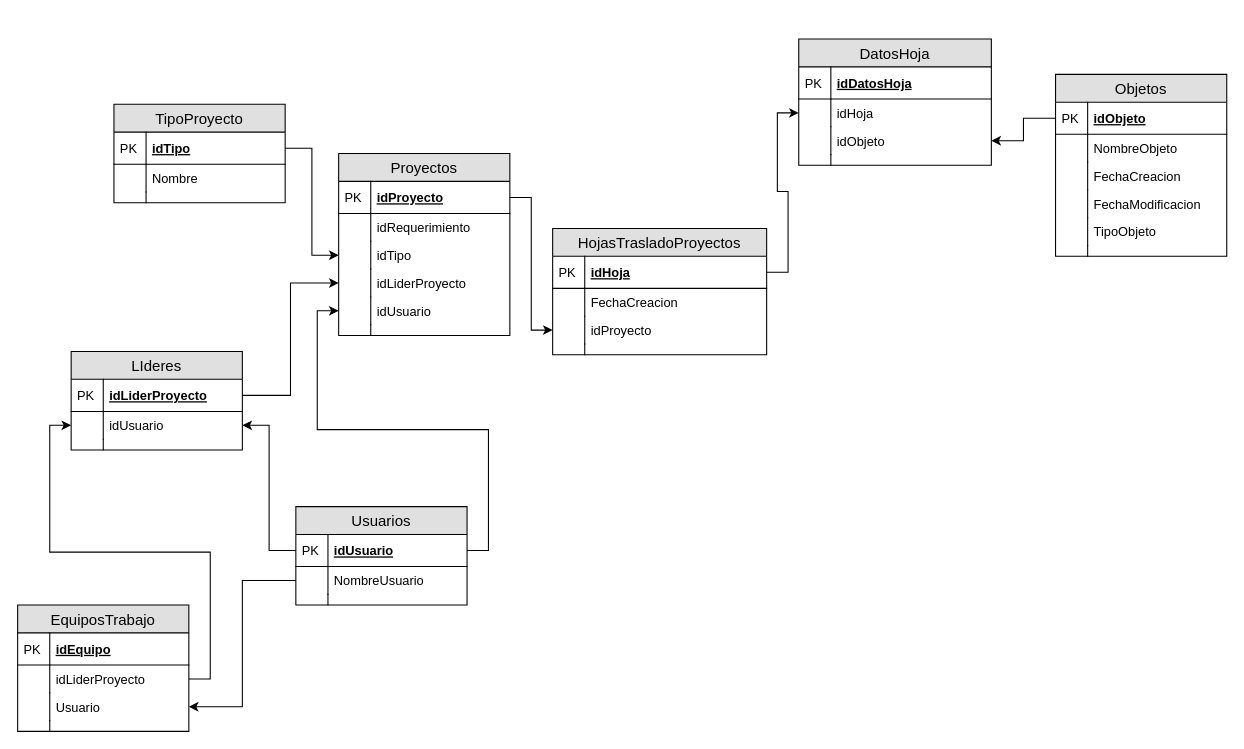
The draw.io diagram DiagramaNuevo.drawio in IrvinDevFlores/RequerimientosPro, before the edit. Source tidied: cells renumbered, new cells numbered last; positions are measured from the earlier drawing's top-left corner, leaving out a move shared by most shapes. Both pictures are drawn from the tidied source at 107%, with x=0, y=0 at pixel (17, 39).
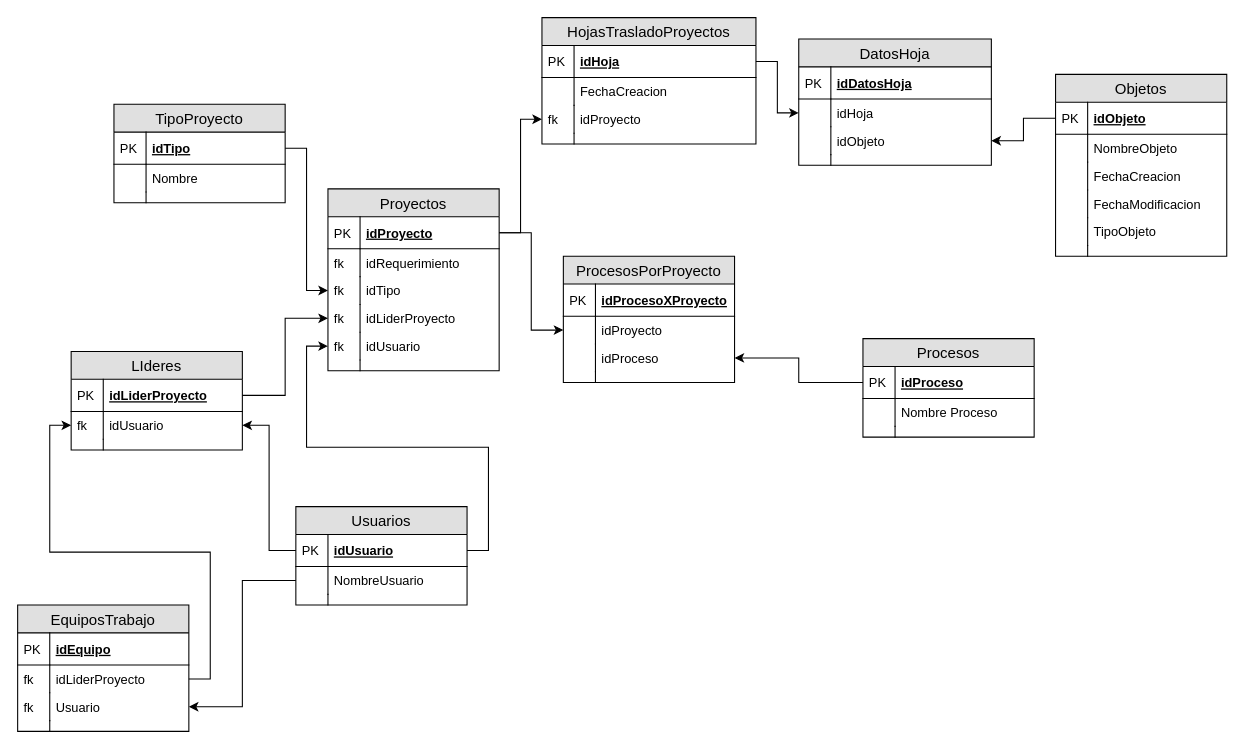
The same diagram, later.

Commit message:
Procesos agregados

The change refers to these unchanged cells:
```xml
<mxCell id="3" value="idProyecto" style="shape=partialRectangle;top=0;left=0;right=0;bottom=1;align=left;verticalAlign=middle;fillColor=none;spacingLeft=34;spacingRight=4;overflow=hidden;points=[[0,0.5],[1,0.5]];portConstraint=eastwest;fontStyle=5;fontSize=12;" parent="2" vertex="1">
  <mxGeometry y="26" width="160" height="30" as="geometry" />
</mxCell>
<mxCell id="5" value="idRequerimiento" style="shape=partialRectangle;top=0;left=0;right=0;bottom=0;align=left;verticalAlign=top;fillColor=none;spacingLeft=34;spacingRight=4;overflow=hidden;fontSize=12;" parent="2" vertex="1">
  <mxGeometry y="56" width="160" height="26" as="geometry" />
</mxCell>
<mxCell id="7" value="idTipo" style="shape=partialRectangle;top=0;left=0;right=0;bottom=0;align=left;verticalAlign=top;fillColor=none;spacingLeft=34;spacingRight=4;overflow=hidden;points=[[0,0.5],[1,0.5]];portConstraint=eastwest;fontSize=12;" parent="2" vertex="1">
  <mxGeometry y="82" width="160" height="26" as="geometry" />
</mxCell>
<mxCell id="9" value="idLiderProyecto" style="shape=partialRectangle;top=0;left=0;right=0;bottom=0;align=left;verticalAlign=top;fillColor=none;spacingLeft=34;spacingRight=4;overflow=hidden;points=[[0,0.5],[1,0.5]];portConstraint=eastwest;fontSize=12;" parent="2" vertex="1">
  <mxGeometry y="108" width="160" height="26" as="geometry" />
</mxCell>
<mxCell id="11" value="idUsuario" style="shape=partialRectangle;top=0;left=0;right=0;bottom=0;align=left;verticalAlign=top;fillColor=none;spacingLeft=34;spacingRight=4;overflow=hidden;points=[[0,0.5],[1,0.5]];portConstraint=eastwest;fontSize=12;" parent="2" vertex="1">
  <mxGeometry y="134" width="160" height="26" as="geometry" />
</mxCell>
<mxCell id="20" value="idProyecto" style="shape=partialRectangle;top=0;left=0;right=0;bottom=0;align=left;verticalAlign=top;fillColor=none;spacingLeft=34;spacingRight=4;overflow=hidden;points=[[0,0.5],[1,0.5]];portConstraint=eastwest;fontSize=12;" parent="15" vertex="1">
  <mxGeometry y="82" width="200" height="26" as="geometry" />
</mxCell>
<mxCell id="51" value="idUsuario" style="shape=partialRectangle;top=0;left=0;right=0;bottom=0;align=left;verticalAlign=top;fillColor=none;spacingLeft=34;spacingRight=4;overflow=hidden;points=[[0,0.5],[1,0.5]];portConstraint=eastwest;fontSize=12;" parent="48" vertex="1">
  <mxGeometry y="56" width="160" height="26" as="geometry" />
</mxCell>
<mxCell id="58" value="idLiderProyecto" style="shape=partialRectangle;top=0;left=0;right=0;bottom=0;align=left;verticalAlign=top;fillColor=none;spacingLeft=34;spacingRight=4;overflow=hidden;points=[[0,0.5],[1,0.5]];portConstraint=eastwest;fontSize=12;" parent="55" vertex="1">
  <mxGeometry y="56" width="160" height="26" as="geometry" />
</mxCell>
<mxCell id="60" value="Usuario" style="shape=partialRectangle;top=0;left=0;right=0;bottom=0;align=left;verticalAlign=top;fillColor=none;spacingLeft=34;spacingRight=4;overflow=hidden;points=[[0,0.5],[1,0.5]];portConstraint=eastwest;fontSize=12;" parent="55" vertex="1">
  <mxGeometry y="82" width="160" height="26" as="geometry" />
</mxCell>
```

Change to the diagram source:
```diff
@@
     <mxCell id="2" value="Proyectos" style="swimlane;fontStyle=0;horizontal=1;startSize=26;fillColor=#e0e0e0;swimlaneFillColor=#ffffff;align=center;fontSize=14;" parent="1" vertex="1">
-      <mxGeometry x="300" y="107" width="160" height="170" as="geometry" />
+      <mxGeometry x="290" y="140" width="160" height="170" as="geometry" />
     </mxCell>
@@
-    <mxCell id="6" style="shape=partialRectangle;top=0;left=0;bottom=0;fillColor=none;align=left;verticalAlign=top;spacingLeft=4;spacingRight=4;overflow=hidden;fontSize=12;" parent="5" vertex="1">
+    <mxCell id="6" value="fk" style="shape=partialRectangle;top=0;left=0;bottom=0;fillColor=none;align=left;verticalAlign=top;spacingLeft=4;spacingRight=4;overflow=hidden;fontSize=12;" parent="5" vertex="1">
       <mxGeometry width="30" height="26" as="geometry" />
     </mxCell>
@@
-    <mxCell id="8" style="shape=partialRectangle;top=0;left=0;bottom=0;fillColor=none;align=left;verticalAlign=top;spacingLeft=4;spacingRight=4;overflow=hidden;fontSize=12;" parent="7" vertex="1">
+    <mxCell id="8" value="fk" style="shape=partialRectangle;top=0;left=0;bottom=0;fillColor=none;align=left;verticalAlign=top;spacingLeft=4;spacingRight=4;overflow=hidden;fontSize=12;" parent="7" vertex="1">
       <mxGeometry width="30" height="26" as="geometry" />
     </mxCell>
@@
-    <mxCell id="10" style="shape=partialRectangle;top=0;left=0;bottom=0;fillColor=none;align=left;verticalAlign=top;spacingLeft=4;spacingRight=4;overflow=hidden;fontSize=12;" parent="9" vertex="1">
+    <mxCell id="10" value="fk" style="shape=partialRectangle;top=0;left=0;bottom=0;fillColor=none;align=left;verticalAlign=top;spacingLeft=4;spacingRight=4;overflow=hidden;fontSize=12;" parent="9" vertex="1">
       <mxGeometry width="30" height="26" as="geometry" />
     </mxCell>
@@
-    <mxCell id="12" style="shape=partialRectangle;top=0;left=0;bottom=0;fillColor=none;align=left;verticalAlign=top;spacingLeft=4;spacingRight=4;overflow=hidden;fontSize=12;" parent="11" vertex="1">
+    <mxCell id="12" value="fk" style="shape=partialRectangle;top=0;left=0;bottom=0;fillColor=none;align=left;verticalAlign=top;spacingLeft=4;spacingRight=4;overflow=hidden;fontSize=12;" parent="11" vertex="1">
       <mxGeometry width="30" height="26" as="geometry" />
     </mxCell>
@@
     <mxCell id="15" value="HojasTrasladoProyectos" style="swimlane;fontStyle=0;horizontal=1;startSize=26;fillColor=#e0e0e0;swimlaneFillColor=#ffffff;align=center;fontSize=14;" parent="1" vertex="1">
-      <mxGeometry x="500" y="177" width="200" height="118" as="geometry" />
+      <mxGeometry x="490" y="-20" width="200" height="118" as="geometry" />
     </mxCell>
@@
-    <mxCell id="21" style="shape=partialRectangle;top=0;left=0;bottom=0;fillColor=none;align=left;verticalAlign=top;spacingLeft=4;spacingRight=4;overflow=hidden;fontSize=12;" parent="20" vertex="1">
+    <mxCell id="21" value="fk" style="shape=partialRectangle;top=0;left=0;bottom=0;fillColor=none;align=left;verticalAlign=top;spacingLeft=4;spacingRight=4;overflow=hidden;fontSize=12;" parent="20" vertex="1">
       <mxGeometry width="30" height="26" as="geometry" />
     </mxCell>
@@
-    <mxCell id="52" style="shape=partialRectangle;top=0;left=0;bottom=0;fillColor=none;align=left;verticalAlign=top;spacingLeft=4;spacingRight=4;overflow=hidden;fontSize=12;" parent="51" vertex="1">
+    <mxCell id="52" value="fk" style="shape=partialRectangle;top=0;left=0;bottom=0;fillColor=none;align=left;verticalAlign=top;spacingLeft=4;spacingRight=4;overflow=hidden;fontSize=12;" parent="51" vertex="1">
       <mxGeometry width="30" height="26" as="geometry" />
     </mxCell>
@@
-    <mxCell id="59" style="shape=partialRectangle;top=0;left=0;bottom=0;fillColor=none;align=left;verticalAlign=top;spacingLeft=4;spacingRight=4;overflow=hidden;fontSize=12;" parent="58" vertex="1">
+    <mxCell id="59" value="fk" style="shape=partialRectangle;top=0;left=0;bottom=0;fillColor=none;align=left;verticalAlign=top;spacingLeft=4;spacingRight=4;overflow=hidden;fontSize=12;" parent="58" vertex="1">
       <mxGeometry width="30" height="26" as="geometry" />
     </mxCell>
@@
-    <mxCell id="61" style="shape=partialRectangle;top=0;left=0;bottom=0;fillColor=none;align=left;verticalAlign=top;spacingLeft=4;spacingRight=4;overflow=hidden;fontSize=12;" parent="60" vertex="1">
+    <mxCell id="61" value="fk&#10;" style="shape=partialRectangle;top=0;left=0;bottom=0;fillColor=none;align=left;verticalAlign=top;spacingLeft=4;spacingRight=4;overflow=hidden;fontSize=12;" parent="60" vertex="1">
       <mxGeometry width="30" height="26" as="geometry" />
     </mxCell>
@@
+    <mxCell id="85" value="Procesos" style="swimlane;fontStyle=0;horizontal=1;startSize=26;fillColor=#e0e0e0;swimlaneFillColor=#ffffff;align=center;fontSize=14;" parent="1" vertex="1">
+      <mxGeometry x="790" y="280" width="160" height="92" as="geometry" />
+    </mxCell>
+    <mxCell id="86" value="idProceso" style="shape=partialRectangle;top=0;left=0;right=0;bottom=1;align=left;verticalAlign=middle;fillColor=none;spacingLeft=34;spacingRight=4;overflow=hidden;points=[[0,0.5],[1,0.5]];portConstraint=eastwest;fontStyle=5;fontSize=12;" parent="85" vertex="1">
+      <mxGeometry y="26" width="160" height="30" as="geometry" />
+    </mxCell>
+    <mxCell id="87" value="PK" style="shape=partialRectangle;top=0;left=0;bottom=0;fillColor=none;align=left;verticalAlign=middle;spacingLeft=4;spacingRight=4;overflow=hidden;fontSize=12;" parent="86" vertex="1">
+      <mxGeometry width="30" height="30" as="geometry" />
+    </mxCell>
+    <mxCell id="88" value="Nombre Proceso" style="shape=partialRectangle;top=0;left=0;right=0;bottom=0;align=left;verticalAlign=top;fillColor=none;spacingLeft=34;spacingRight=4;overflow=hidden;fontSize=12;" parent="85" vertex="1">
+      <mxGeometry y="56" width="160" height="26" as="geometry" />
+    </mxCell>
+    <mxCell id="89" style="shape=partialRectangle;top=0;left=0;bottom=0;fillColor=none;align=left;verticalAlign=top;spacingLeft=4;spacingRight=4;overflow=hidden;fontSize=12;" parent="88" vertex="1">
+      <mxGeometry width="30" height="26" as="geometry" />
+    </mxCell>
+    <mxCell id="90" style="shape=partialRectangle;top=0;left=0;right=0;bottom=0;align=left;verticalAlign=top;fillColor=none;spacingLeft=34;spacingRight=4;overflow=hidden;fontSize=12;" parent="85" vertex="1">
+      <mxGeometry y="82" width="160" height="10" as="geometry" />
+    </mxCell>
+    <mxCell id="91" style="shape=partialRectangle;top=0;left=0;bottom=0;fillColor=none;align=left;verticalAlign=top;spacingLeft=4;spacingRight=4;overflow=hidden;fontSize=12;" parent="90" vertex="1">
+      <mxGeometry width="30" height="10" as="geometry" />
+    </mxCell>
+    <mxCell id="92" value="ProcesosPorProyecto" style="swimlane;fontStyle=0;horizontal=1;startSize=26;fillColor=#e0e0e0;swimlaneFillColor=#ffffff;align=center;fontSize=14;" parent="1" vertex="1">
+      <mxGeometry x="510" y="203" width="160" height="118" as="geometry" />
+    </mxCell>
+    <mxCell id="93" value="idProcesoXProyecto" style="shape=partialRectangle;top=0;left=0;right=0;bottom=1;align=left;verticalAlign=middle;fillColor=none;spacingLeft=34;spacingRight=4;overflow=hidden;fontStyle=5;fontSize=12;" parent="92" vertex="1">
+      <mxGeometry y="26" width="160" height="30" as="geometry" />
+    </mxCell>
+    <mxCell id="94" value="PK" style="shape=partialRectangle;top=0;left=0;bottom=0;fillColor=none;align=left;verticalAlign=middle;spacingLeft=4;spacingRight=4;overflow=hidden;fontSize=12;" parent="93" vertex="1">
+      <mxGeometry width="30" height="30" as="geometry" />
+    </mxCell>
+    <mxCell id="95" value="idProyecto" style="shape=partialRectangle;top=0;left=0;right=0;bottom=0;align=left;verticalAlign=top;fillColor=none;spacingLeft=34;spacingRight=4;overflow=hidden;points=[[0,0.5],[1,0.5]];portConstraint=eastwest;fontSize=12;" parent="92" vertex="1">
+      <mxGeometry y="56" width="160" height="26" as="geometry" />
+    </mxCell>
+    <mxCell id="96" style="shape=partialRectangle;top=0;left=0;bottom=0;fillColor=none;align=left;verticalAlign=top;spacingLeft=4;spacingRight=4;overflow=hidden;fontSize=12;" parent="95" vertex="1">
+      <mxGeometry width="30" height="26" as="geometry" />
+    </mxCell>
+    <mxCell id="97" value="idProceso" style="shape=partialRectangle;top=0;left=0;right=0;bottom=0;align=left;verticalAlign=top;fillColor=none;spacingLeft=34;spacingRight=4;overflow=hidden;points=[[0,0.5],[1,0.5]];portConstraint=eastwest;fontSize=12;" parent="92" vertex="1">
+      <mxGeometry y="82" width="160" height="26" as="geometry" />
+    </mxCell>
+    <mxCell id="98" style="shape=partialRectangle;top=0;left=0;bottom=0;fillColor=none;align=left;verticalAlign=top;spacingLeft=4;spacingRight=4;overflow=hidden;fontSize=12;" parent="97" vertex="1">
+      <mxGeometry width="30" height="26" as="geometry" />
+    </mxCell>
+    <mxCell id="99" style="shape=partialRectangle;top=0;left=0;right=0;bottom=0;align=left;verticalAlign=top;fillColor=none;spacingLeft=34;spacingRight=4;overflow=hidden;fontSize=12;" parent="92" vertex="1">
+      <mxGeometry y="108" width="160" height="10" as="geometry" />
+    </mxCell>
+    <mxCell id="100" style="shape=partialRectangle;top=0;left=0;bottom=0;fillColor=none;align=left;verticalAlign=top;spacingLeft=4;spacingRight=4;overflow=hidden;fontSize=12;" parent="99" vertex="1">
+      <mxGeometry width="30" height="10" as="geometry" />
+    </mxCell>
+    <mxCell id="101" style="edgeStyle=orthogonalEdgeStyle;rounded=0;jettySize=auto;html=1;entryX=0;entryY=0.5;entryDx=0;entryDy=0;" parent="1" edge="1" source="3" target="95">
+      <mxGeometry relative="1" as="geometry" />
+    </mxCell>
+    <mxCell id="102" style="edgeStyle=orthogonalEdgeStyle;rounded=0;jettySize=auto;html=1;entryX=1;entryY=0.5;entryDx=0;entryDy=0;" parent="1" edge="1" source="86" target="97">
+      <mxGeometry relative="1" as="geometry" />
+    </mxCell>
```
